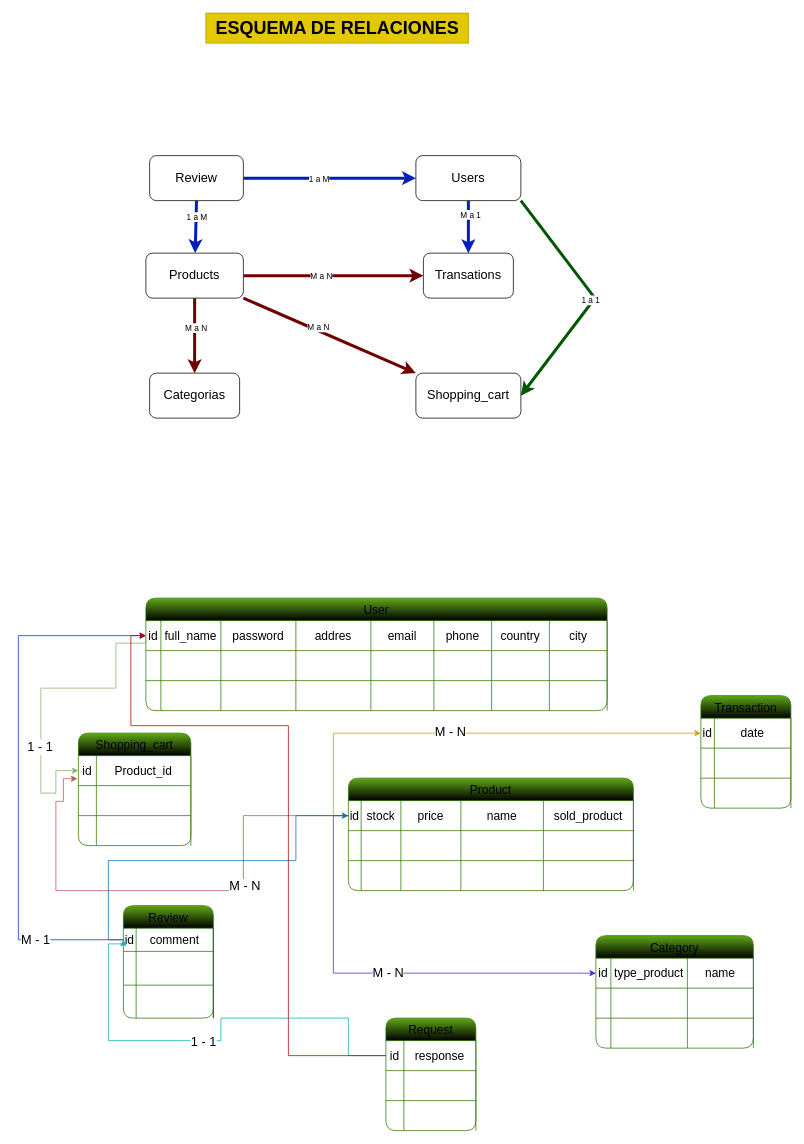
Above: NORMALIZACION Y MODELADO-DB.drawio in nestornovella/Plantilla-E-commerce (draw.io), before the change. Source tidied: cells renumbered, new cells numbered last; positions are measured from the earlier drawing's top-left corner, leaving out a move shared by most shapes. Both pictures are drawn from the tidied source at 75%, with x=0, y=0 at pixel (18, 13).
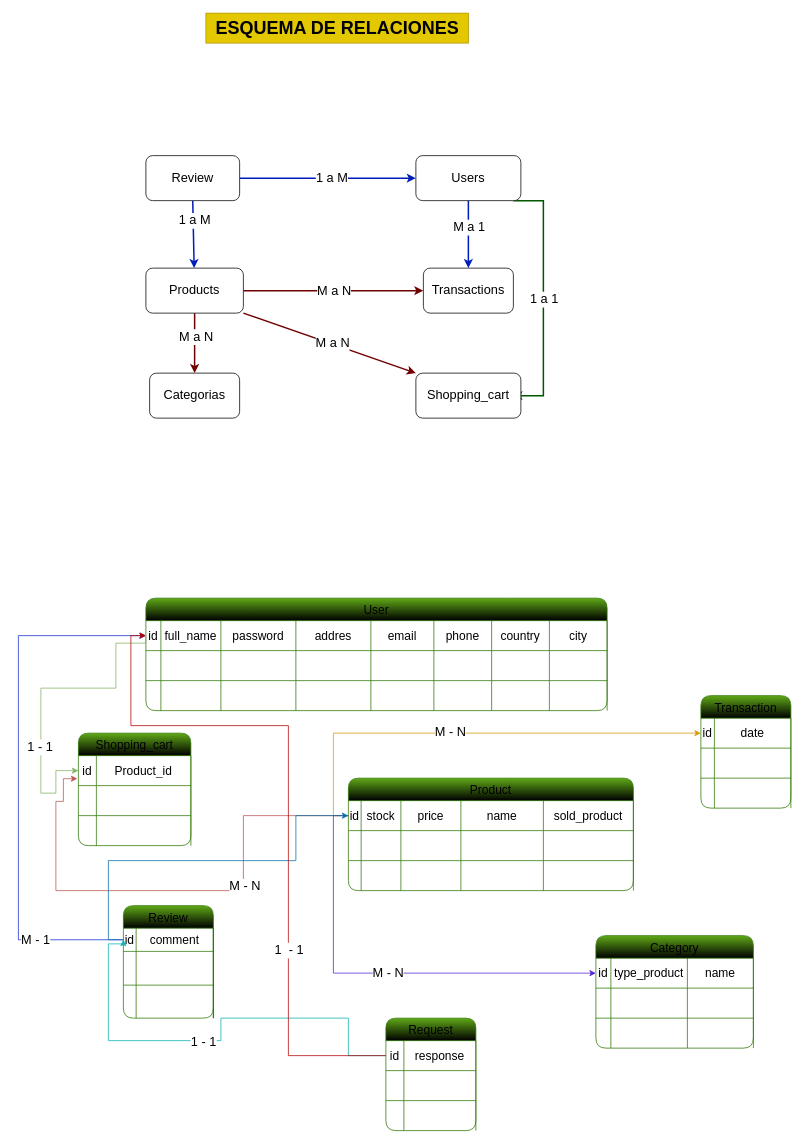
After the change.

The change refers to these unchanged cells:
```xml
<mxCell id="80" value="&lt;font style=&quot;font-size: 17px;&quot;&gt;Users&lt;/font&gt;" style="rounded=1;whiteSpace=wrap;html=1;" parent="1" vertex="1">
  <mxGeometry x="530" y="190" width="140" height="60" as="geometry" />
</mxCell>
<mxCell id="86" value="&lt;font style=&quot;font-size: 17px;&quot;&gt;Categorias&lt;/font&gt;" style="rounded=1;whiteSpace=wrap;html=1;" parent="1" vertex="1">
  <mxGeometry x="175" y="480" width="120" height="60" as="geometry" />
</mxCell>
<mxCell id="95" value="&lt;font style=&quot;font-size: 17px;&quot;&gt;Shopping_cart&lt;/font&gt;" style="rounded=1;whiteSpace=wrap;html=1;" parent="1" vertex="1">
  <mxGeometry x="530" y="480" width="140" height="60" as="geometry" />
</mxCell>
<mxCell id="149" style="edgeStyle=orthogonalEdgeStyle;rounded=0;hachureGap=4;jettySize=auto;html=1;entryX=0;entryY=0.5;entryDx=0;entryDy=0;fontFamily=Architects Daughter;fontSize=16;fillColor=#e51400;strokeColor=#B20000;" parent="1" edge="1" source="126" target="3">
  <mxGeometry relative="1" as="geometry">
    <Array as="points">
      <mxPoint x="360" y="1390" />
      <mxPoint x="360" y="950" />
      <mxPoint x="150" y="950" />
      <mxPoint x="150" y="830" />
    </Array>
  </mxGeometry>
</mxCell>
```

What changed in the source:
```diff
@@
-    <mxCell id="76" style="edgeStyle=none;rounded=0;jettySize=auto;html=1;exitX=0.5;exitY=1;exitDx=0;exitDy=0;fillColor=#0050ef;strokeColor=#001DBC;strokeWidth=4;" parent="1" edge="1" source="80" target="94">
+    <mxCell id="76" style="edgeStyle=none;rounded=0;jettySize=auto;html=1;exitX=0.5;exitY=1;exitDx=0;exitDy=0;fillColor=#0050ef;strokeColor=#001DBC;strokeWidth=2;" parent="1" edge="1" source="80" target="94">
       <mxGeometry relative="1" as="geometry" />
     </mxCell>
-    <mxCell id="77" value="M a 1" style="edgeLabel;html=1;align=center;verticalAlign=middle;" parent="76" vertex="1">
-      <mxGeometry x="-0.49" y="2" relative="1" as="geometry" />
+    <mxCell id="77" value="&lt;font style=&quot;font-size: 17px;&quot;&gt;M a 1&lt;/font&gt;" style="edgeLabel;html=1;align=center;verticalAlign=middle;" parent="76" vertex="1">
+      <mxGeometry x="-0.49" y="2" relative="1" as="geometry">
+        <mxPoint x="-2" y="12" as="offset" />
+      </mxGeometry>
     </mxCell>
-    <mxCell id="78" style="edgeStyle=none;rounded=0;jettySize=auto;html=1;exitX=1;exitY=1;exitDx=0;exitDy=0;fillColor=#008a00;strokeColor=#005700;strokeWidth=4;entryX=1;entryY=0.5;entryDx=0;entryDy=0;" parent="1" edge="1" source="80" target="95">
+    <mxCell id="78" style="edgeStyle=none;rounded=0;orthogonalLoop=1;jettySize=auto;html=1;exitX=1;exitY=1;exitDx=0;exitDy=0;fillColor=#008a00;strokeColor=#005700;strokeWidth=2;entryX=1;entryY=0.5;entryDx=0;entryDy=0;entryPerimeter=0;exitPerimeter=0;" parent="1" edge="1">
       <mxGeometry relative="1" as="geometry">
+        <mxPoint x="660" y="250" as="sourcePoint" />
+        <mxPoint x="660" y="510" as="targetPoint" />
         <Array as="points">
-          <mxPoint x="768.7" y="380" />
+          <mxPoint x="700" y="250" />
+          <mxPoint x="700" y="380" />
+          <mxPoint x="700" y="510" />
         </Array>
       </mxGeometry>
     </mxCell>
-    <mxCell id="79" value="1 a 1" style="edgeLabel;html=1;align=center;verticalAlign=middle;" parent="78" vertex="1">
+    <mxCell id="79" value="&lt;font style=&quot;font-size: 17px;&quot;&gt;1 a 1&lt;/font&gt;" style="edgeLabel;html=1;align=center;verticalAlign=middle;" parent="78" vertex="1">
       <mxGeometry x="0.45" y="-4" relative="1" as="geometry">
-        <mxPoint x="42" y="-54" as="offset" />
+        <mxPoint x="4" y="-76" as="offset" />
       </mxGeometry>
     </mxCell>
@@
-    <mxCell id="81" style="edgeStyle=none;rounded=0;jettySize=auto;html=1;exitX=0.5;exitY=1;exitDx=0;exitDy=0;fillColor=#0050ef;strokeColor=#001DBC;strokeWidth=4;" parent="1" edge="1" source="85" target="93">
+    <mxCell id="81" style="edgeStyle=none;rounded=0;jettySize=auto;html=1;exitX=0.5;exitY=1;exitDx=0;exitDy=0;fillColor=#0050ef;strokeColor=#001DBC;strokeWidth=2;" parent="1" edge="1" source="85" target="93">
       <mxGeometry relative="1" as="geometry" />
     </mxCell>
-    <mxCell id="82" value="1 a M" style="edgeLabel;html=1;align=center;verticalAlign=middle;" parent="81" vertex="1">
+    <mxCell id="82" value="&lt;font style=&quot;font-size: 17px;&quot;&gt;1 a M&lt;/font&gt;" style="edgeLabel;html=1;align=center;verticalAlign=middle;" parent="81" vertex="1">
       <mxGeometry x="-0.4" y="1" relative="1" as="geometry" />
     </mxCell>
-    <mxCell id="83" style="edgeStyle=none;rounded=0;jettySize=auto;html=1;strokeWidth=4;fillColor=#0050ef;strokeColor=#001DBC;" parent="1" edge="1" source="85" target="80">
+    <mxCell id="83" style="edgeStyle=none;rounded=0;jettySize=auto;html=1;strokeWidth=2;fillColor=#0050ef;strokeColor=#001DBC;" parent="1" edge="1" source="85" target="80">
       <mxGeometry relative="1" as="geometry" />
     </mxCell>
-    <mxCell id="84" value="1 a M" style="edgeLabel;html=1;align=center;verticalAlign=middle;" parent="83" vertex="1">
+    <mxCell id="84" value="&lt;font style=&quot;font-size: 17px;&quot;&gt;1 a M&lt;/font&gt;" style="edgeLabel;html=1;align=center;verticalAlign=middle;" parent="83" vertex="1">
       <mxGeometry x="0.11" y="4" relative="1" as="geometry">
-        <mxPoint x="-28" y="4" as="offset" />
+        <mxPoint x="-8" y="4" as="offset" />
       </mxGeometry>
     </mxCell>
     <mxCell id="85" value="&lt;font style=&quot;font-size: 17px;&quot;&gt;Review&lt;/font&gt;" style="rounded=1;whiteSpace=wrap;html=1;" parent="1" vertex="1">
-      <mxGeometry x="175" y="190" width="125" height="60" as="geometry" />
+      <mxGeometry x="170" y="190" width="125" height="60" as="geometry" />
     </mxCell>
@@
-    <mxCell id="87" style="rounded=0;jettySize=auto;html=1;exitX=1;exitY=0.5;exitDx=0;exitDy=0;fillColor=#a20025;strokeColor=#6F0000;strokeWidth=4;" parent="1" edge="1" source="93" target="94">
+    <mxCell id="87" style="rounded=0;jettySize=auto;html=1;exitX=1;exitY=0.5;exitDx=0;exitDy=0;fillColor=#a20025;strokeColor=#6F0000;strokeWidth=2;" parent="1" edge="1" source="93" target="94">
       <mxGeometry relative="1" as="geometry" />
     </mxCell>
-    <mxCell id="88" value="M a N" style="edgeLabel;html=1;align=center;verticalAlign=middle;" parent="87" vertex="1">
+    <mxCell id="88" value="&lt;font style=&quot;font-size: 17px;&quot;&gt;M a N&lt;/font&gt;" style="edgeLabel;html=1;align=center;verticalAlign=middle;" parent="87" vertex="1">
       <mxGeometry x="-0.3" y="3" relative="1" as="geometry">
-        <mxPoint x="19" y="3" as="offset" />
+        <mxPoint x="36" y="3" as="offset" />
       </mxGeometry>
     </mxCell>
-    <mxCell id="89" style="edgeStyle=none;rounded=0;jettySize=auto;html=1;exitX=0.5;exitY=1;exitDx=0;exitDy=0;fillColor=#a20025;strokeColor=#6F0000;strokeWidth=4;" parent="1" edge="1" source="93" target="86">
+    <mxCell id="89" style="edgeStyle=none;rounded=0;jettySize=auto;html=1;exitX=0.5;exitY=1;exitDx=0;exitDy=0;fillColor=#a20025;strokeColor=#6F0000;strokeWidth=2;" parent="1" edge="1" source="93" target="86">
       <mxGeometry relative="1" as="geometry" />
     </mxCell>
-    <mxCell id="90" value="M a N" style="edgeLabel;html=1;align=center;verticalAlign=middle;" parent="89" vertex="1">
+    <mxCell id="90" value="&lt;font style=&quot;font-size: 17px;&quot;&gt;M a N&lt;/font&gt;" style="edgeLabel;html=1;align=center;verticalAlign=middle;" parent="89" vertex="1">
       <mxGeometry x="-0.23" y="1" relative="1" as="geometry" />
     </mxCell>
-    <mxCell id="91" style="edgeStyle=none;rounded=0;jettySize=auto;html=1;exitX=1;exitY=1;exitDx=0;exitDy=0;entryX=0;entryY=0;entryDx=0;entryDy=0;fillColor=#a20025;strokeColor=#6F0000;strokeWidth=4;" parent="1" edge="1" source="93" target="95">
+    <mxCell id="91" style="edgeStyle=none;rounded=0;jettySize=auto;html=1;exitX=1;exitY=1;exitDx=0;exitDy=0;entryX=0;entryY=0;entryDx=0;entryDy=0;fillColor=#a20025;strokeColor=#6F0000;strokeWidth=2;" parent="1" edge="1" source="93" target="95">
       <mxGeometry relative="1" as="geometry" />
     </mxCell>
-    <mxCell id="92" value="M a N" style="edgeLabel;html=1;align=center;verticalAlign=middle;" parent="91" vertex="1">
+    <mxCell id="92" value="&lt;font style=&quot;font-size: 17px;&quot;&gt;M a N&lt;/font&gt;" style="edgeLabel;html=1;align=center;verticalAlign=middle;" parent="91" vertex="1">
       <mxGeometry x="-0.16" y="4" relative="1" as="geometry">
-        <mxPoint x="2" as="offset" />
+        <mxPoint x="21" y="11" as="offset" />
       </mxGeometry>
     </mxCell>
     <mxCell id="93" value="&lt;font style=&quot;font-size: 17px;&quot;&gt;Products&lt;/font&gt;" style="rounded=1;whiteSpace=wrap;html=1;" parent="1" vertex="1">
-      <mxGeometry x="170" y="320" width="130" height="60" as="geometry" />
+      <mxGeometry x="170" y="340" width="130" height="60" as="geometry" />
     </mxCell>
-    <mxCell id="94" value="&lt;font style=&quot;font-size: 17px;&quot;&gt;Transations&lt;/font&gt;" style="rounded=1;whiteSpace=wrap;html=1;" parent="1" vertex="1">
-      <mxGeometry x="540" y="320" width="120" height="60" as="geometry" />
+    <mxCell id="94" value="&lt;font style=&quot;font-size: 17px;&quot;&gt;Transactions&lt;/font&gt;" style="rounded=1;whiteSpace=wrap;html=1;" parent="1" vertex="1">
+      <mxGeometry x="540" y="340" width="120" height="60" as="geometry" />
     </mxCell>
@@
+    <mxCell id="150" value="&lt;font style=&quot;font-size: 17px;&quot;&gt;1&amp;nbsp; - 1&lt;/font&gt;" style="edgeLabel;html=1;align=center;verticalAlign=middle;" parent="149" vertex="1">
+      <mxGeometry x="-0.41" relative="1" as="geometry" />
+    </mxCell>
```
